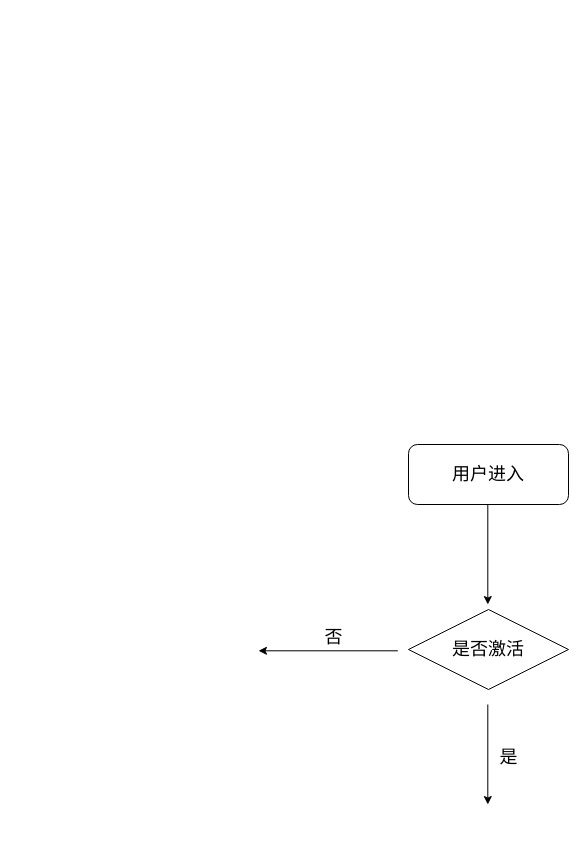
Above: 未命名绘图.drawio in 13717135460/vue-admin (draw.io), before the change. Source tidied: cells renumbered, new cells numbered last; positions are measured from the earlier drawing's top-left corner, leaving out a move shared by most shapes. Both pictures are drawn from the tidied source at 100%, with x=0, y=0 at pixel (258, 444).
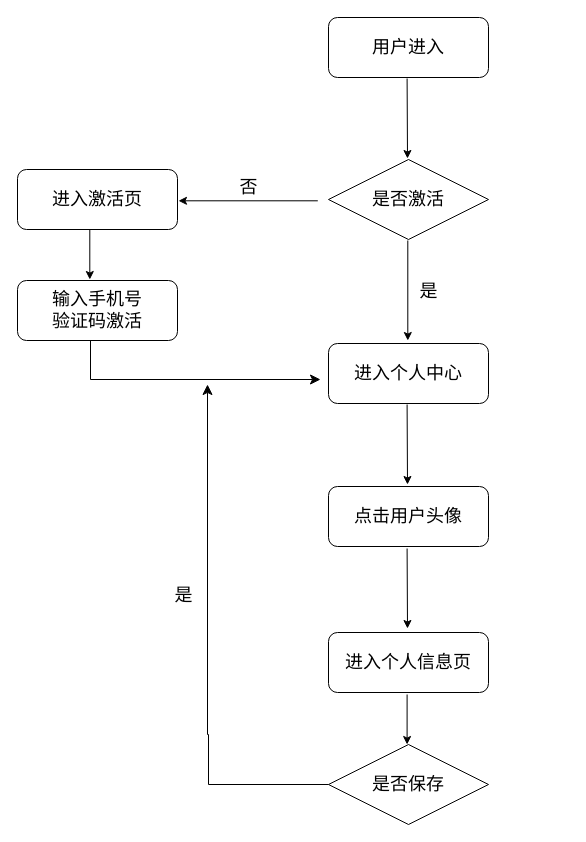
The same page after the edit.

Commit message:
更新未命名绘图.drawio

Diff of the diagram source:
```diff
@@
     <mxCell id="2" value="&lt;font style=&quot;font-size: 18px;&quot;&gt;用户进入&lt;/font&gt;" style="rounded=1;whiteSpace=wrap;html=1;" parent="1" vertex="1">
-      <mxGeometry x="150" width="160" height="60" as="geometry" />
+      <mxGeometry x="70" y="-427" width="160" height="60" as="geometry" />
     </mxCell>
     <mxCell id="3" value="&lt;font style=&quot;font-size: 18px;&quot;&gt;是否激活&lt;/font&gt;" style="rhombus;whiteSpace=wrap;html=1;" parent="1" vertex="1">
-      <mxGeometry x="150" y="165" width="160" height="80" as="geometry" />
+      <mxGeometry x="70" y="-285" width="160" height="80" as="geometry" />
     </mxCell>
-    <mxCell id="4" style="endArrow=classic;html=1;rounded=0;" parent="1" edge="1">
-      <mxGeometry relative="1" as="geometry">
-        <mxPoint x="229.3" y="60" as="sourcePoint" />
-        <mxPoint x="229.3" y="160" as="targetPoint" />
-      </mxGeometry>
-    </mxCell>
     <mxCell id="5" style="endArrow=classic;html=1;rounded=0;" parent="1" edge="1">
       <mxGeometry relative="1" as="geometry">
-        <mxPoint x="229.3" y="260" as="sourcePoint" />
-        <mxPoint x="229.3" y="360" as="targetPoint" />
+        <mxPoint x="149.3" y="-204" as="sourcePoint" />
+        <mxPoint x="149.3" y="-104" as="targetPoint" />
       </mxGeometry>
     </mxCell>
     <mxCell id="6" value="&lt;font style=&quot;font-size: 18px;&quot;&gt;是&lt;/font&gt;" style="text;html=1;align=center;verticalAlign=middle;strokeColor=none;fillColor=none;" parent="1" vertex="1">
-      <mxGeometry x="230" y="293" width="40" height="40" as="geometry" />
+      <mxGeometry x="150" y="-173" width="40" height="40" as="geometry" />
     </mxCell>
     <mxCell id="7" style="endArrow=classic;html=1;rounded=0;" parent="1" edge="1">
       <mxGeometry relative="1" as="geometry">
-        <mxPoint x="139.3" y="206.3" as="sourcePoint" />
-        <mxPoint y="206.3" as="targetPoint" />
+        <mxPoint x="59.3" y="-243.7" as="sourcePoint" />
+        <mxPoint x="-80" y="-243.7" as="targetPoint" />
       </mxGeometry>
     </mxCell>
     <mxCell id="8" value="&lt;font style=&quot;font-size: 18px;&quot;&gt;否&lt;/font&gt;" style="text;html=1;align=center;verticalAlign=middle;strokeColor=none;fillColor=none;" parent="1" vertex="1">
-      <mxGeometry x="55" y="173" width="40" height="40" as="geometry" />
+      <mxGeometry x="-30" y="-277" width="40" height="40" as="geometry" />
     </mxCell>
+    <mxCell id="9" value="&lt;font style=&quot;font-size: 18px;&quot;&gt;进入个人中心&lt;/font&gt;" style="rounded=1;whiteSpace=wrap;html=1;" parent="1" vertex="1">
+      <mxGeometry x="70" y="-101" width="160" height="60" as="geometry" />
+    </mxCell>
+    <mxCell id="10" value="&lt;font style=&quot;font-size: 18px;&quot;&gt;进入激活页&lt;/font&gt;" style="rounded=1;whiteSpace=wrap;html=1;" parent="1" vertex="1">
+      <mxGeometry x="-241" y="-275" width="160" height="60" as="geometry" />
+    </mxCell>
+    <mxCell id="11" style="edgeStyle=segmentEdgeStyle;endArrow=classic;html=1;curved=0;rounded=0;endSize=8;startSize=8;" parent="1" edge="1">
+      <mxGeometry relative="1" as="geometry">
+        <mxPoint x="-168" y="-106" as="sourcePoint" />
+        <mxPoint x="62" y="-65" as="targetPoint" />
+        <Array as="points">
+          <mxPoint x="-168" y="-65" />
+        </Array>
+      </mxGeometry>
+    </mxCell>
+    <mxCell id="12" value="&lt;font style=&quot;font-size: 18px;&quot;&gt;输入手机号&lt;br&gt;验证码激活&lt;br&gt;&lt;/font&gt;" style="rounded=1;whiteSpace=wrap;html=1;" parent="1" vertex="1">
+      <mxGeometry x="-241" y="-164" width="160" height="60" as="geometry" />
+    </mxCell>
+    <mxCell id="13" style="endArrow=classic;html=1;rounded=0;" parent="1" edge="1">
+      <mxGeometry relative="1" as="geometry">
+        <mxPoint x="-168.7" y="-215" as="sourcePoint" />
+        <mxPoint x="-168.7" y="-165" as="targetPoint" />
+      </mxGeometry>
+    </mxCell>
+    <mxCell id="14" style="endArrow=classic;html=1;rounded=0;" parent="1" edge="1">
+      <mxGeometry relative="1" as="geometry">
+        <mxPoint x="148.6" y="-40" as="sourcePoint" />
+        <mxPoint x="149" y="40" as="targetPoint" />
+      </mxGeometry>
+    </mxCell>
+    <mxCell id="15" style="endArrow=classic;html=1;rounded=0;" parent="1" edge="1">
+      <mxGeometry relative="1" as="geometry">
+        <mxPoint x="148.6" y="-366" as="sourcePoint" />
+        <mxPoint x="149" y="-286" as="targetPoint" />
+      </mxGeometry>
+    </mxCell>
+    <mxCell id="16" value="&lt;font style=&quot;font-size: 18px;&quot;&gt;点击用户头像&lt;/font&gt;" style="rounded=1;whiteSpace=wrap;html=1;" parent="1" vertex="1">
+      <mxGeometry x="70" y="42" width="160" height="60" as="geometry" />
+    </mxCell>
+    <mxCell id="17" style="endArrow=classic;html=1;rounded=0;" parent="1" edge="1">
+      <mxGeometry relative="1" as="geometry">
+        <mxPoint x="148.6" y="104" as="sourcePoint" />
+        <mxPoint x="149" y="184" as="targetPoint" />
+      </mxGeometry>
+    </mxCell>
+    <mxCell id="18" value="&lt;font style=&quot;font-size: 18px;&quot;&gt;进入个人信息页&lt;/font&gt;" style="rounded=1;whiteSpace=wrap;html=1;" parent="1" vertex="1">
+      <mxGeometry x="70" y="188" width="160" height="60" as="geometry" />
+    </mxCell>
+    <mxCell id="19" value="&lt;font style=&quot;font-size: 18px;&quot;&gt;是否保存&lt;/font&gt;" style="rhombus;whiteSpace=wrap;html=1;" parent="1" vertex="1">
+      <mxGeometry x="70" y="300" width="160" height="80" as="geometry" />
+    </mxCell>
+    <mxCell id="20" style="endArrow=classic;html=1;rounded=0;" parent="1" edge="1">
+      <mxGeometry relative="1" as="geometry">
+        <mxPoint x="148.6" y="250" as="sourcePoint" />
+        <mxPoint x="148.6" y="300" as="targetPoint" />
+      </mxGeometry>
+    </mxCell>
+    <mxCell id="21" style="edgeStyle=segmentEdgeStyle;endArrow=classic;html=1;curved=0;rounded=0;endSize=8;startSize=8;exitX=0;exitY=0.5;exitDx=0;exitDy=0;" parent="1" edge="1" source="19">
+      <mxGeometry relative="1" as="geometry">
+        <mxPoint x="-51" y="-60" as="targetPoint" />
+        <Array as="points">
+          <mxPoint x="-50" y="340" />
+          <mxPoint x="-50" y="290" />
+        </Array>
+      </mxGeometry>
+    </mxCell>
+    <mxCell id="22" value="&lt;font style=&quot;font-size: 18px;&quot;&gt;是&lt;/font&gt;" style="text;html=1;align=center;verticalAlign=middle;strokeColor=none;fillColor=none;" parent="1" vertex="1">
+      <mxGeometry x="-95" y="131" width="40" height="40" as="geometry" />
+    </mxCell>
```
